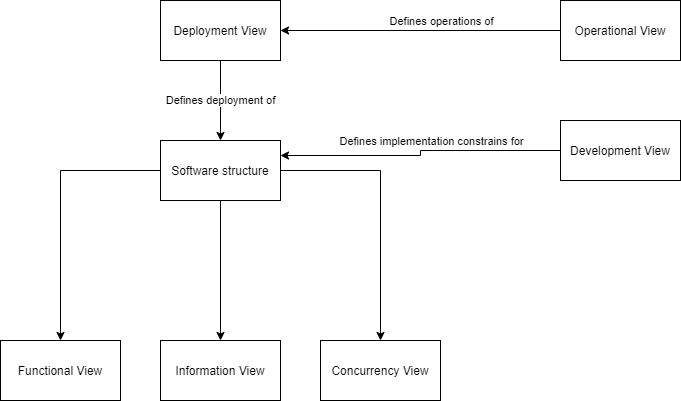
Above: img/view-context.png in ldynia/archcolider (draw.io), before the change. Source tidied: cells renumbered, new cells last; positions are measured from the earlier drawing's top-left corner, leaving out a move shared by most shapes.
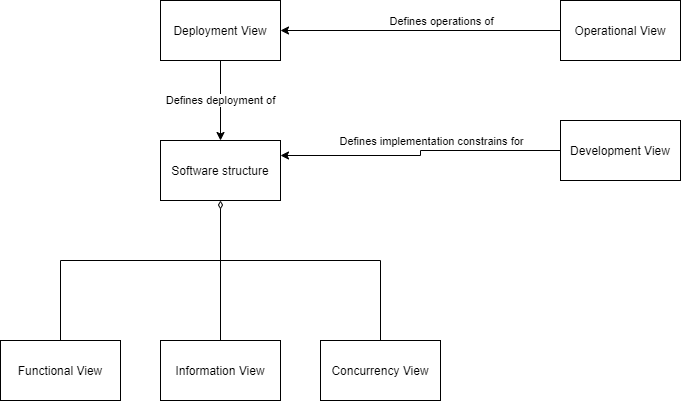
After the change.

Change to the diagram source:
```diff
@@ -19,14 +19,18 @@
     <mxCell id="6" value="Operational View" style="rounded=0;whiteSpace=wrap;html=1;" parent="1" vertex="1">
       <mxGeometry x="560" width="120" height="60" as="geometry" />
     </mxCell>
-    <mxCell id="7" style="edgeStyle=orthogonalEdgeStyle;rounded=0;jettySize=auto;html=1;entryX=0.5;entryY=0;entryDx=0;entryDy=0;" parent="1" edge="1" source="10" target="14">
-      <mxGeometry relative="1" as="geometry" />
+    <mxCell id="7" style="edgeStyle=orthogonalEdgeStyle;rounded=0;jettySize=auto;html=1;entryX=0.5;entryY=0;entryDx=0;entryDy=0;endArrow=none;endFill=0;" parent="1" edge="1" target="14">
+      <mxGeometry relative="1" as="geometry">
+        <mxPoint x="220" y="260" as="sourcePoint" />
+      </mxGeometry>
     </mxCell>
-    <mxCell id="8" style="edgeStyle=orthogonalEdgeStyle;rounded=0;jettySize=auto;html=1;entryX=0.5;entryY=0;entryDx=0;entryDy=0;" parent="1" edge="1" source="10" target="15">
+    <mxCell id="8" style="edgeStyle=orthogonalEdgeStyle;rounded=0;jettySize=auto;html=1;entryX=0.5;entryY=0;entryDx=0;entryDy=0;startArrow=diamondThin;startFill=0;endArrow=none;endFill=0;" parent="1" edge="1" source="10" target="15">
       <mxGeometry relative="1" as="geometry" />
     </mxCell>
-    <mxCell id="9" style="edgeStyle=orthogonalEdgeStyle;rounded=0;jettySize=auto;html=1;entryX=0.5;entryY=0;entryDx=0;entryDy=0;" parent="1" edge="1" source="10" target="16">
-      <mxGeometry relative="1" as="geometry" />
+    <mxCell id="9" style="edgeStyle=orthogonalEdgeStyle;rounded=0;jettySize=auto;html=1;entryX=0.5;entryY=0;entryDx=0;entryDy=0;endArrow=none;endFill=0;" parent="1" edge="1" target="16">
+      <mxGeometry relative="1" as="geometry">
+        <mxPoint x="220" y="260" as="sourcePoint" />
+      </mxGeometry>
     </mxCell>
     <mxCell id="10" value="Software structure" style="whiteSpace=wrap;html=1;rounded=0;" parent="1" vertex="1">
       <mxGeometry x="160" y="140" width="120" height="60" as="geometry" />
```
